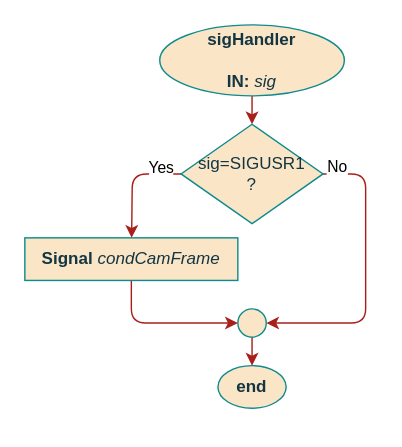
Before: page "sigHandler" (7 of 7) of documentation/flowcharts/02Classes/CLocalSystem.drawio in ESRGgroup9/slipad, a draw.io diagram. Source tidied: cells renumbered, new cells numbered last; positions are measured from the earlier drawing's top-left corner, leaving out a move shared by most shapes. Both pictures are drawn from the tidied source at 142%, with x=0, y=0 at pixel (24, 24).
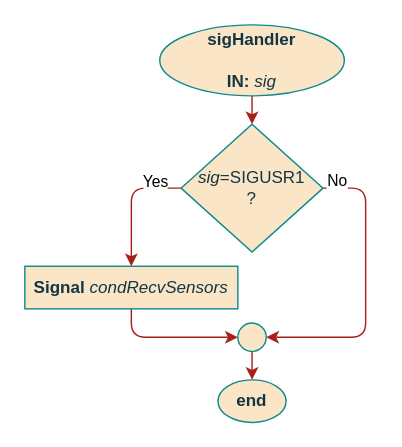
After the change.

The edit, as a diff of the source:
```diff
@@
 <mxGraphModel>
   <root>
     <mxCell id="0" />
     <mxCell id="1" parent="0" />
     <mxCell id="2" style="edgeStyle=orthogonalEdgeStyle;rounded=1;jettySize=auto;html=1;exitX=0.5;exitY=1;exitDx=0;exitDy=0;entryX=0.5;entryY=0;entryDx=0;entryDy=0;strokeColor=#A8201A;" parent="1" edge="1" source="3">
       <mxGeometry relative="1" as="geometry">
         <mxPoint x="160" y="70" as="targetPoint" />
       </mxGeometry>
     </mxCell>
     <mxCell id="3" value="&lt;div&gt;sigHandler&lt;/div&gt;&lt;div&gt;&lt;br&gt;&lt;/div&gt;&lt;div&gt;IN: &lt;span style=&quot;font-weight: normal&quot;&gt;&lt;i&gt;sig&lt;/i&gt;&lt;/span&gt;&lt;br&gt;&lt;/div&gt;" style="ellipse;whiteSpace=wrap;html=1;fontFamily=Helvetica;fillColor=#FAE5C7;strokeColor=#0F8B8D;fontColor=#143642;fontStyle=1;" parent="1" vertex="1">
       <mxGeometry x="95" width="130" height="50" as="geometry" />
     </mxCell>
-    <mxCell id="4" style="edgeStyle=orthogonalEdgeStyle;rounded=1;jettySize=auto;html=1;exitX=0;exitY=0.5;exitDx=0;exitDy=0;entryX=0.5;entryY=0;entryDx=0;entryDy=0;strokeColor=#A8201A;" parent="1" edge="1" source="7">
-      <mxGeometry relative="1" as="geometry">
-        <mxPoint x="75.2" y="150" as="targetPoint" />
-      </mxGeometry>
+    <mxCell id="4" style="edgeStyle=orthogonalEdgeStyle;rounded=1;jettySize=auto;html=1;exitX=0;exitY=0.5;exitDx=0;exitDy=0;entryX=0.5;entryY=0;entryDx=0;entryDy=0;strokeColor=#A8201A;" parent="1" edge="1" source="7" target="9">
+      <mxGeometry relative="1" as="geometry" />
     </mxCell>
     <mxCell id="5" value="Yes" style="edgeLabel;html=1;align=center;verticalAlign=middle;" parent="4" vertex="1">
       <mxGeometry x="-0.32" y="-1" relative="1" as="geometry">
         <mxPoint x="12" y="-4" as="offset" />
       </mxGeometry>
     </mxCell>
     <mxCell id="6" value="No" style="edgeStyle=orthogonalEdgeStyle;rounded=1;jettySize=auto;html=1;exitX=1;exitY=0.5;exitDx=0;exitDy=0;entryX=1;entryY=0.5;entryDx=0;entryDy=0;strokeColor=#A8201A;" parent="1" edge="1" source="7" target="12">
       <mxGeometry x="-0.9" y="5" relative="1" as="geometry">
         <Array as="points">
-          <mxPoint x="240" y="105" />
-          <mxPoint x="240" y="210" />
+          <mxPoint x="240" y="115" />
+          <mxPoint x="240" y="220" />
         </Array>
       </mxGeometry>
     </mxCell>
-    <mxCell id="7" value="&lt;div&gt;sig=SIGUSR1&lt;/div&gt;&lt;div&gt;?&lt;br&gt;&lt;/div&gt;" style="rhombus;whiteSpace=wrap;html=1;rounded=0;sketch=0;fontColor=#143642;strokeColor=#0F8B8D;fillColor=#FAE5C7;" parent="1" vertex="1">
-      <mxGeometry x="110" y="70" width="100" height="70" as="geometry" />
+    <mxCell id="7" value="&lt;div&gt;&lt;i&gt;sig&lt;/i&gt;=SIGUSR1&lt;/div&gt;&lt;div&gt;?&lt;br&gt;&lt;/div&gt;" style="rhombus;whiteSpace=wrap;html=1;rounded=0;sketch=0;fontColor=#143642;strokeColor=#0F8B8D;fillColor=#FAE5C7;" parent="1" vertex="1">
+      <mxGeometry x="110" y="70" width="100" height="90" as="geometry" />
     </mxCell>
     <mxCell id="8" style="edgeStyle=orthogonalEdgeStyle;rounded=1;jettySize=auto;html=1;exitX=0.5;exitY=1;exitDx=0;exitDy=0;entryX=0;entryY=0.5;entryDx=0;entryDy=0;strokeColor=#A8201A;" parent="1" edge="1" source="9" target="12">
       <mxGeometry relative="1" as="geometry">
         <Array as="points">
-          <mxPoint x="75" y="210" />
+          <mxPoint x="75" y="220" />
         </Array>
       </mxGeometry>
     </mxCell>
-    <mxCell id="9" value="&lt;b&gt;Signal&lt;/b&gt; &lt;i&gt;condCamFrame&lt;/i&gt;" style="rounded=0;whiteSpace=wrap;html=1;sketch=0;fontColor=#143642;strokeColor=#0F8B8D;fillColor=#FAE5C7;" parent="1" vertex="1">
-      <mxGeometry y="150" width="150" height="30" as="geometry" />
+    <mxCell id="9" value="&lt;b&gt;Signal&lt;/b&gt; &lt;i&gt;condRecvSensors&lt;/i&gt;" style="rounded=0;whiteSpace=wrap;html=1;sketch=0;fontColor=#143642;strokeColor=#0F8B8D;fillColor=#FAE5C7;" parent="1" vertex="1">
+      <mxGeometry y="170" width="150" height="30" as="geometry" />
     </mxCell>
     <mxCell id="10" value="end" style="ellipse;whiteSpace=wrap;html=1;fillColor=#FAE5C7;strokeColor=#0F8B8D;fontColor=#143642;fontStyle=1;" parent="1" vertex="1">
-      <mxGeometry x="136" y="240" width="48" height="30" as="geometry" />
+      <mxGeometry x="136" y="250" width="48" height="30" as="geometry" />
     </mxCell>
     <mxCell id="11" style="edgeStyle=orthogonalEdgeStyle;rounded=1;jettySize=auto;html=1;exitX=0.5;exitY=1;exitDx=0;exitDy=0;entryX=0.5;entryY=0;entryDx=0;entryDy=0;strokeColor=#A8201A;" parent="1" edge="1" source="12" target="10">
       <mxGeometry relative="1" as="geometry" />
     </mxCell>
     <mxCell id="12" style="ellipse;whiteSpace=wrap;html=1;rounded=0;sketch=0;fontColor=#143642;strokeColor=#0F8B8D;fillColor=#FAE5C7;fontStyle=1;" parent="1" vertex="1">
-      <mxGeometry x="150" y="200" width="20" height="20" as="geometry" />
+      <mxGeometry x="150" y="210" width="20" height="20" as="geometry" />
     </mxCell>
   </root>
 </mxGraphModel>
```
